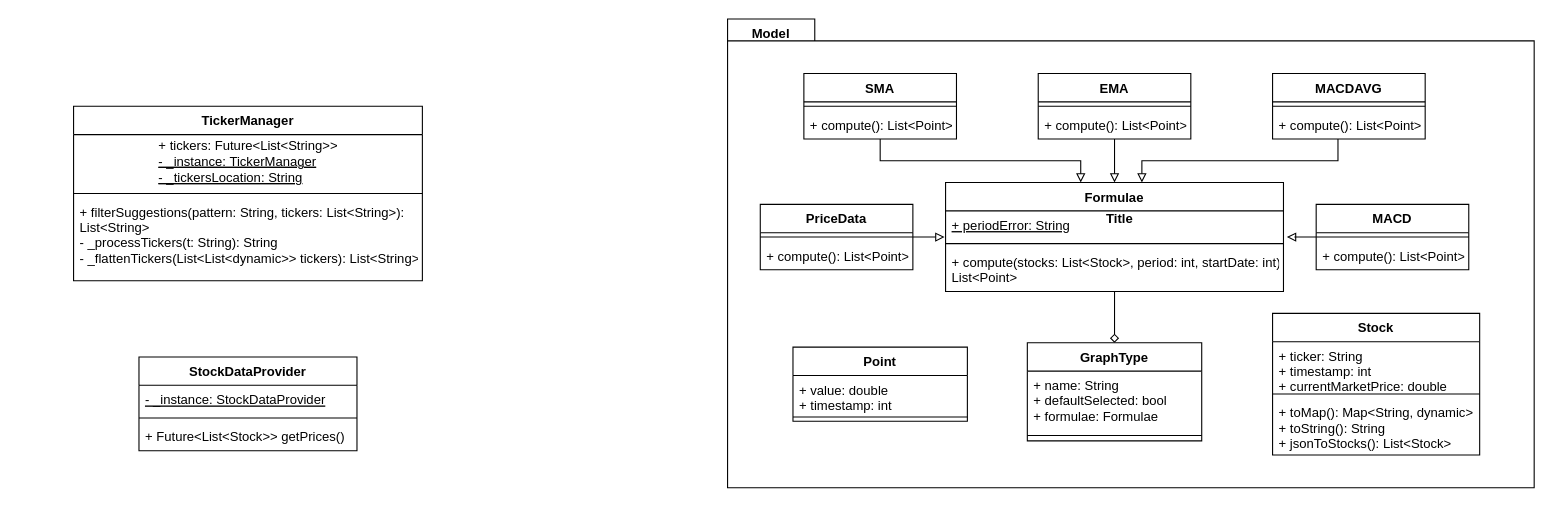
Above: diagrams/ClassDiagram.drawio in TudorMaxim/FinancialSystemsCoursework (draw.io), before the change. Source tidied: cells renumbered, new cells numbered last; positions are measured from the earlier drawing's top-left corner, leaving out a move shared by most shapes. Both pictures are drawn from the tidied source at 109%, with x=0, y=0 at pixel (73, 19).
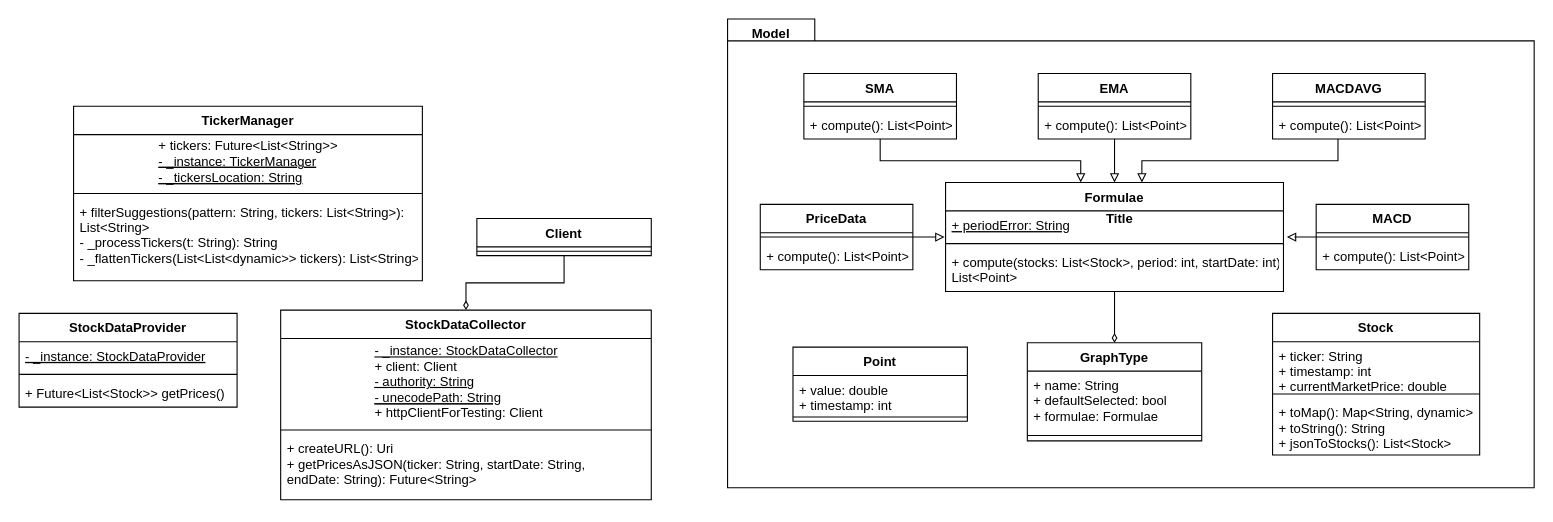
Above is the later version.

Commit message:
StockDataCollector class added

Unchanged cells that the change refers to:
```xml
<mxCell id="4" value="Formulae" style="swimlane;fontStyle=1;align=center;verticalAlign=top;horizontal=1;startSize=26;" parent="1" vertex="1">
  <mxGeometry x="800" y="150" width="310" height="100" as="geometry" />
</mxCell>
<mxCell id="28" value="GraphType" style="swimlane;fontStyle=1;align=center;verticalAlign=top;horizontal=1;startSize=26;" parent="1" vertex="1">
  <mxGeometry x="875" y="297" width="160" height="90" as="geometry" />
</mxCell>
```

Change to the diagram source:
```diff
@@
-    <mxCell id="3" style="edgeStyle=orthogonalEdgeStyle;rounded=0;jettySize=auto;html=1;entryX=0.5;entryY=0;entryDx=0;entryDy=0;endArrow=diamond;endFill=0;" parent="1" edge="1" source="4" target="28">
+    <mxCell id="3" style="edgeStyle=orthogonalEdgeStyle;rounded=0;jettySize=auto;html=1;entryX=0.5;entryY=0;entryDx=0;entryDy=0;endArrow=diamondThin;endFill=0;" parent="1" edge="1" source="4" target="28">
       <mxGeometry relative="1" as="geometry" />
     </mxCell>
@@
     <mxCell id="44" value="StockDataProvider" style="swimlane;fontStyle=1;align=center;verticalAlign=top;horizontal=1;startSize=26;" parent="1" vertex="1">
-      <mxGeometry x="60" y="310" width="200" height="86" as="geometry" />
+      <mxGeometry x="-50" y="270" width="200" height="86" as="geometry" />
     </mxCell>
@@
+    <mxCell id="48" value="StockDataCollector" style="swimlane;fontStyle=1;align=center;verticalAlign=top;horizontal=1;startSize=26;" parent="1" vertex="1">
+      <mxGeometry x="190" y="267" width="340" height="174" as="geometry" />
+    </mxCell>
+    <mxCell id="49" value="&lt;div style=&quot;text-align: left&quot;&gt;&lt;span style=&quot;text-decoration: underline&quot;&gt;- _instance: StockDataCollector&lt;/span&gt;&lt;/div&gt;&lt;span&gt;&lt;div style=&quot;text-align: left&quot;&gt;+ client: Client&lt;/div&gt;&lt;div style=&quot;text-decoration: underline ; text-align: left&quot;&gt;&lt;u&gt;- authority: String&lt;/u&gt;&lt;/div&gt;&lt;div style=&quot;text-decoration: underline ; text-align: left&quot;&gt;&lt;u&gt;- unecodePath: String&lt;/u&gt;&lt;/div&gt;&lt;div style=&quot;text-align: left&quot;&gt;+ httpClientForTesting: Client&lt;/div&gt;&lt;/span&gt;" style="text;html=1;align=center;verticalAlign=middle;" parent="48" vertex="1">
+      <mxGeometry y="26" width="340" height="80" as="geometry" />
+    </mxCell>
+    <mxCell id="50" style="line;strokeWidth=1;fillColor=none;align=left;verticalAlign=middle;spacingTop=-1;spacingLeft=3;spacingRight=3;labelPosition=right;" parent="48" vertex="1">
+      <mxGeometry y="106" width="340" height="8" as="geometry" />
+    </mxCell>
+    <mxCell id="51" value="+ createURL(): Uri&#10;+ getPricesAsJSON(ticker: String, startDate: String, &#10;endDate: String): Future&lt;String&gt;" style="text;strokeColor=none;fillColor=none;align=left;verticalAlign=top;spacingLeft=4;spacingRight=4;overflow=hidden;" parent="48" vertex="1">
+      <mxGeometry y="114" width="340" height="60" as="geometry" />
+    </mxCell>
+    <mxCell id="52" style="edgeStyle=orthogonalEdgeStyle;rounded=0;jettySize=auto;html=1;entryX=0.5;entryY=0;entryDx=0;entryDy=0;endArrow=diamondThin;endFill=0;" parent="1" edge="1" source="53" target="48">
+      <mxGeometry relative="1" as="geometry" />
+    </mxCell>
+    <mxCell id="53" value="Client" style="swimlane;fontStyle=1;align=center;verticalAlign=top;horizontal=1;startSize=26;" parent="1" vertex="1">
+      <mxGeometry x="370" y="183" width="160" height="34" as="geometry" />
+    </mxCell>
+    <mxCell id="54" style="line;strokeWidth=1;fillColor=none;align=left;verticalAlign=middle;spacingTop=-1;spacingLeft=3;spacingRight=3;labelPosition=right;" parent="53" vertex="1">
+      <mxGeometry y="26" width="160" height="8" as="geometry" />
+    </mxCell>
```
